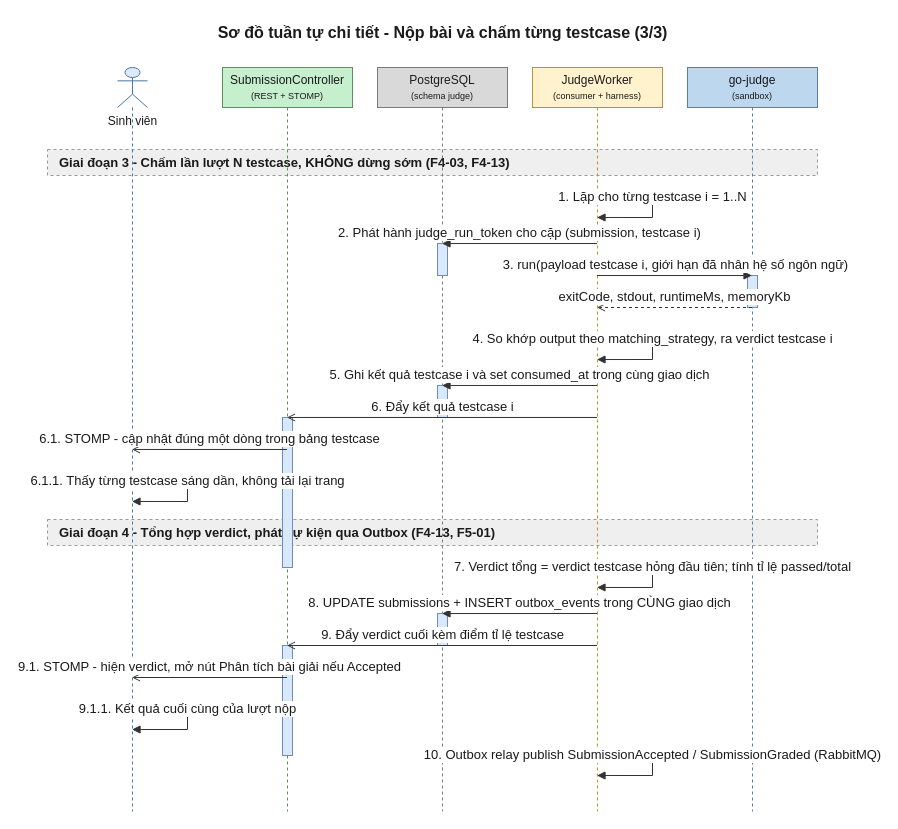
This is 08-diagram/sequence/user/sequence_user_nop_bai_va_xem_ket_qua_realtime_p3.drawio from daiphu1801/PRJ_ALGOPREP, a draw.io file, before an edit. Source tidied: cells renumbered, new cells numbered last; positions are measured from the earlier drawing's top-left corner, leaving out a move shared by most shapes. Both pictures are drawn from the tidied source at 100%, with x=0, y=0 at pixel (47, 17).
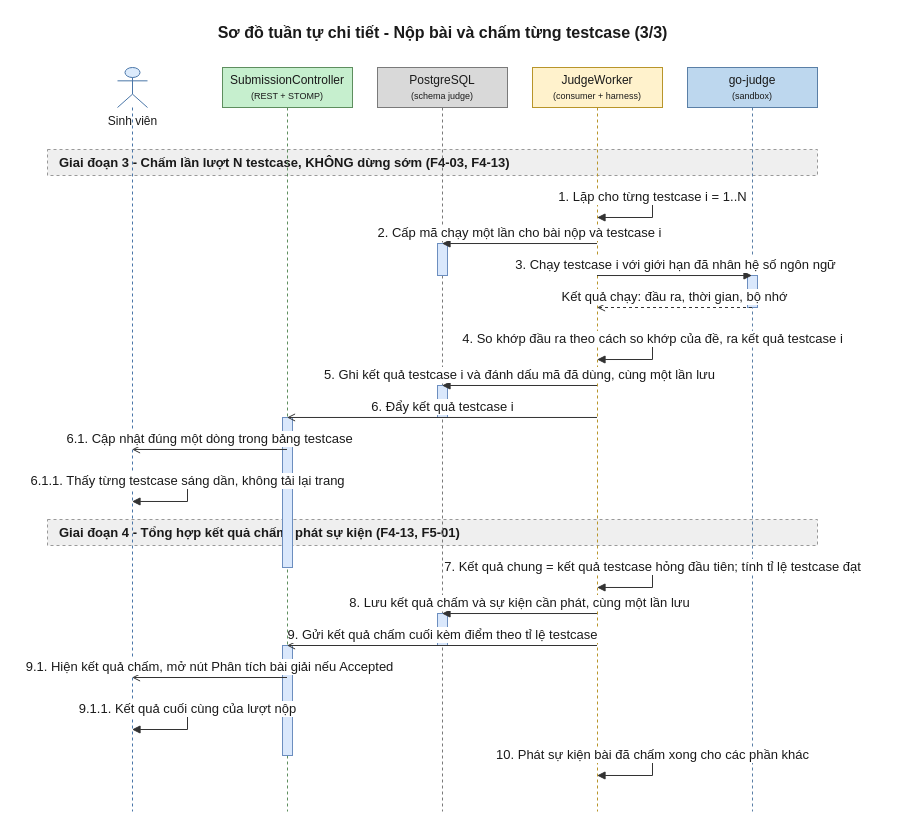
The same diagram, later.

The change refers to these unchanged cells:
```xml
<mxCell id="5" value="Sinh viên" style="shape=umlLifeline;participant=umlActor;perimeter=lifelinePerimeter;html=1;outlineConnect=0;size=40;verticalAlign=top;spacingTop=40;fillColor=#DCEBFC;strokeColor=#4A76A8;fontColor=#1A1A1A;" parent="1" vertex="1">
  <mxGeometry x="70" y="50" width="30" height="744" as="geometry" />
</mxCell>
<mxCell id="6" value="SubmissionController&lt;br&gt;&lt;font style=&quot;font-size:9px&quot;&gt;(REST + STOMP)&lt;/font&gt;" style="shape=umlLifeline;perimeter=lifelinePerimeter;whiteSpace=wrap;html=1;outlineConnect=0;size=40;fillColor=#C6EFCE;strokeColor=#5E8E5E;fontColor=#1A1A1A;" parent="1" vertex="1">
  <mxGeometry x="175" y="50" width="130" height="744" as="geometry" />
</mxCell>
<mxCell id="7" value="PostgreSQL&lt;br&gt;&lt;font style=&quot;font-size:9px&quot;&gt;(schema judge)&lt;/font&gt;" style="shape=umlLifeline;perimeter=lifelinePerimeter;whiteSpace=wrap;html=1;outlineConnect=0;size=40;fillColor=#D9D9D9;strokeColor=#7A7A7A;fontColor=#1A1A1A;" parent="1" vertex="1">
  <mxGeometry x="330" y="50" width="130" height="744" as="geometry" />
</mxCell>
<mxCell id="8" value="JudgeWorker&lt;br&gt;&lt;font style=&quot;font-size:9px&quot;&gt;(consumer + harness)&lt;/font&gt;" style="shape=umlLifeline;perimeter=lifelinePerimeter;whiteSpace=wrap;html=1;outlineConnect=0;size=40;fillColor=#FFF2CC;strokeColor=#B8952A;fontColor=#1A1A1A;" parent="1" vertex="1">
  <mxGeometry x="485" y="50" width="130" height="744" as="geometry" />
</mxCell>
<mxCell id="9" value="go-judge&lt;br&gt;&lt;font style=&quot;font-size:9px&quot;&gt;(sandbox)&lt;/font&gt;" style="shape=umlLifeline;perimeter=lifelinePerimeter;whiteSpace=wrap;html=1;outlineConnect=0;size=40;fillColor=#BDD7EE;strokeColor=#5A7FA6;fontColor=#1A1A1A;" parent="1" vertex="1">
  <mxGeometry x="640" y="50" width="130" height="744" as="geometry" />
</mxCell>
```

The edit, as a diff of the source:
```diff
@@
-    <mxCell id="4" value="Giai đoạn 4 - Tổng hợp verdict, phát sự kiện qua Outbox (F4-13, F5-01)" style="algoprep=phase;rounded=0;whiteSpace=wrap;html=1;fillColor=#EFEFEF;strokeColor=#999999;dashed=1;align=left;verticalAlign=middle;spacingLeft=10;fontColor=#1A1A1A;fontSize=13;fontStyle=1;" parent="1" vertex="1">
+    <mxCell id="4" value="Giai đoạn 4 - Tổng hợp kết quả chấm, phát sự kiện (F4-13, F5-01)" style="algoprep=phase;rounded=0;whiteSpace=wrap;html=1;fillColor=#EFEFEF;strokeColor=#999999;dashed=1;align=left;verticalAlign=middle;spacingLeft=10;fontColor=#1A1A1A;fontSize=13;fontStyle=1;" parent="1" vertex="1">
       <mxGeometry y="502" width="770" height="26" as="geometry" />
     </mxCell>
@@
-    <mxCell id="17" value="2. Phát hành judge_run_token cho cặp (submission, testcase i)" style="edgeStyle=none;html=1;endArrow=block;endFill=1;strokeColor=#333333;fontColor=#1A1A1A;fontSize=13;verticalAlign=bottom;exitX=0.5;exitY=0.2366;exitDx=0;exitDy=0;entryX=0.5;entryY=0.2366;entryDx=0;entryDy=0;" parent="1" edge="1" source="8" target="7">
+    <mxCell id="17" value="2. Cấp mã chạy một lần cho bài nộp và testcase i" style="edgeStyle=none;html=1;endArrow=block;endFill=1;strokeColor=#333333;fontColor=#1A1A1A;fontSize=13;verticalAlign=bottom;exitX=0.5;exitY=0.2366;exitDx=0;exitDy=0;entryX=0.5;entryY=0.2366;entryDx=0;entryDy=0;" parent="1" edge="1" source="8" target="7">
       <mxGeometry relative="1" as="geometry" />
     </mxCell>
-    <mxCell id="18" value="3. run(payload testcase i, giới hạn đã nhân hệ số ngôn ngữ)" style="edgeStyle=none;html=1;endArrow=block;endFill=1;strokeColor=#333333;fontColor=#1A1A1A;fontSize=13;verticalAlign=bottom;exitX=0.5;exitY=0.2796;exitDx=0;exitDy=0;entryX=0.5;entryY=0.2796;entryDx=0;entryDy=0;" parent="1" edge="1" source="8" target="9">
+    <mxCell id="18" value="3. Chạy testcase i với giới hạn đã nhân hệ số ngôn ngữ" style="edgeStyle=none;html=1;endArrow=block;endFill=1;strokeColor=#333333;fontColor=#1A1A1A;fontSize=13;verticalAlign=bottom;exitX=0.5;exitY=0.2796;exitDx=0;exitDy=0;entryX=0.5;entryY=0.2796;entryDx=0;entryDy=0;" parent="1" edge="1" source="8" target="9">
       <mxGeometry relative="1" as="geometry" />
     </mxCell>
-    <mxCell id="19" value="exitCode, stdout, runtimeMs, memoryKb" style="edgeStyle=none;html=1;endArrow=open;endFill=0;dashed=1;strokeColor=#333333;fontColor=#1A1A1A;fontSize=13;verticalAlign=bottom;exitX=0.5;exitY=0.3226;exitDx=0;exitDy=0;entryX=0.5;entryY=0.3226;entryDx=0;entryDy=0;" parent="1" edge="1" source="9" target="8">
+    <mxCell id="19" value="Kết quả chạy: đầu ra, thời gian, bộ nhớ" style="edgeStyle=none;html=1;endArrow=open;endFill=0;dashed=1;strokeColor=#333333;fontColor=#1A1A1A;fontSize=13;verticalAlign=bottom;exitX=0.5;exitY=0.3226;exitDx=0;exitDy=0;entryX=0.5;entryY=0.3226;entryDx=0;entryDy=0;" parent="1" edge="1" source="9" target="8">
       <mxGeometry relative="1" as="geometry" />
     </mxCell>
-    <mxCell id="20" value="4. So khớp output theo matching_strategy, ra verdict testcase i" style="edgeStyle=orthogonalEdgeStyle;rounded=0;html=1;endArrow=block;endFill=1;strokeColor=#333333;fontColor=#1A1A1A;fontSize=13;verticalAlign=bottom;exitX=0.5;exitY=0.3656;exitDx=0;exitDy=0;entryX=0.5;entryY=0.3925;entryDx=0;entryDy=0;" parent="1" edge="1" source="8" target="8">
+    <mxCell id="20" value="4. So khớp đầu ra theo cách so khớp của đề, ra kết quả testcase i" style="edgeStyle=orthogonalEdgeStyle;rounded=0;html=1;endArrow=block;endFill=1;strokeColor=#333333;fontColor=#1A1A1A;fontSize=13;verticalAlign=bottom;exitX=0.5;exitY=0.3656;exitDx=0;exitDy=0;entryX=0.5;entryY=0.3925;entryDx=0;entryDy=0;" parent="1" edge="1" source="8" target="8">
       <mxGeometry relative="1" as="geometry">
         <Array as="points">
           <mxPoint x="605" y="322" />
           <mxPoint x="605" y="342" />
         </Array>
       </mxGeometry>
     </mxCell>
-    <mxCell id="21" value="5. Ghi kết quả testcase i và set consumed_at trong cùng giao dịch" style="edgeStyle=none;html=1;endArrow=block;endFill=1;strokeColor=#333333;fontColor=#1A1A1A;fontSize=13;verticalAlign=bottom;exitX=0.5;exitY=0.4274;exitDx=0;exitDy=0;entryX=0.5;entryY=0.4274;entryDx=0;entryDy=0;" parent="1" edge="1" source="8" target="7">
+    <mxCell id="21" value="5. Ghi kết quả testcase i và đánh dấu mã đã dùng, cùng một lần lưu" style="edgeStyle=none;html=1;endArrow=block;endFill=1;strokeColor=#333333;fontColor=#1A1A1A;fontSize=13;verticalAlign=bottom;exitX=0.5;exitY=0.4274;exitDx=0;exitDy=0;entryX=0.5;entryY=0.4274;entryDx=0;entryDy=0;" parent="1" edge="1" source="8" target="7">
       <mxGeometry relative="1" as="geometry" />
     </mxCell>
@@
-    <mxCell id="23" value="6.1. STOMP - cập nhật đúng một dòng trong bảng testcase" style="edgeStyle=none;html=1;endArrow=open;endFill=0;strokeColor=#333333;fontColor=#1A1A1A;fontSize=13;verticalAlign=bottom;exitX=0.5;exitY=0.5134;exitDx=0;exitDy=0;entryX=0.5;entryY=0.5134;entryDx=0;entryDy=0;" parent="1" edge="1" source="6" target="5">
+    <mxCell id="23" value="6.1. Cập nhật đúng một dòng trong bảng testcase" style="edgeStyle=none;html=1;endArrow=open;endFill=0;strokeColor=#333333;fontColor=#1A1A1A;fontSize=13;verticalAlign=bottom;exitX=0.5;exitY=0.5134;exitDx=0;exitDy=0;entryX=0.5;entryY=0.5134;entryDx=0;entryDy=0;" parent="1" edge="1" source="6" target="5">
       <mxGeometry relative="1" as="geometry" />
     </mxCell>
@@
-    <mxCell id="25" value="7. Verdict tổng = verdict testcase hỏng đầu tiên; tính tỉ lệ passed/total" style="edgeStyle=orthogonalEdgeStyle;rounded=0;html=1;endArrow=block;endFill=1;strokeColor=#333333;fontColor=#1A1A1A;fontSize=13;verticalAlign=bottom;exitX=0.5;exitY=0.6720;exitDx=0;exitDy=0;entryX=0.5;entryY=0.6989;entryDx=0;entryDy=0;" parent="1" edge="1" source="8" target="8">
+    <mxCell id="25" value="7. Kết quả chung = kết quả testcase hỏng đầu tiên; tính tỉ lệ testcase đạt" style="edgeStyle=orthogonalEdgeStyle;rounded=0;html=1;endArrow=block;endFill=1;strokeColor=#333333;fontColor=#1A1A1A;fontSize=13;verticalAlign=bottom;exitX=0.5;exitY=0.6720;exitDx=0;exitDy=0;entryX=0.5;entryY=0.6989;entryDx=0;entryDy=0;" parent="1" edge="1" source="8" target="8">
       <mxGeometry relative="1" as="geometry">
         <Array as="points">
           <mxPoint x="605" y="550" />
           <mxPoint x="605" y="570" />
         </Array>
       </mxGeometry>
     </mxCell>
-    <mxCell id="26" value="8. UPDATE submissions + INSERT outbox_events trong CÙNG giao dịch" style="edgeStyle=none;html=1;endArrow=block;endFill=1;strokeColor=#333333;fontColor=#1A1A1A;fontSize=13;verticalAlign=bottom;exitX=0.5;exitY=0.7339;exitDx=0;exitDy=0;entryX=0.5;entryY=0.7339;entryDx=0;entryDy=0;" parent="1" edge="1" source="8" target="7">
+    <mxCell id="26" value="8. Lưu kết quả chấm và sự kiện cần phát, cùng một lần lưu" style="edgeStyle=none;html=1;endArrow=block;endFill=1;strokeColor=#333333;fontColor=#1A1A1A;fontSize=13;verticalAlign=bottom;exitX=0.5;exitY=0.7339;exitDx=0;exitDy=0;entryX=0.5;entryY=0.7339;entryDx=0;entryDy=0;" parent="1" edge="1" source="8" target="7">
       <mxGeometry relative="1" as="geometry" />
     </mxCell>
-    <mxCell id="27" value="9. Đẩy verdict cuối kèm điểm tỉ lệ testcase" style="edgeStyle=none;html=1;endArrow=open;endFill=0;strokeColor=#333333;fontColor=#1A1A1A;fontSize=13;verticalAlign=bottom;exitX=0.5;exitY=0.7769;exitDx=0;exitDy=0;entryX=0.5;entryY=0.7769;entryDx=0;entryDy=0;" parent="1" edge="1" source="8" target="6">
+    <mxCell id="27" value="9. Gửi kết quả chấm cuối kèm điểm theo tỉ lệ testcase" style="edgeStyle=none;html=1;endArrow=open;endFill=0;strokeColor=#333333;fontColor=#1A1A1A;fontSize=13;verticalAlign=bottom;exitX=0.5;exitY=0.7769;exitDx=0;exitDy=0;entryX=0.5;entryY=0.7769;entryDx=0;entryDy=0;" parent="1" edge="1" source="8" target="6">
       <mxGeometry relative="1" as="geometry" />
     </mxCell>
-    <mxCell id="28" value="9.1. STOMP - hiện verdict, mở nút Phân tích bài giải nếu Accepted" style="edgeStyle=none;html=1;endArrow=open;endFill=0;strokeColor=#333333;fontColor=#1A1A1A;fontSize=13;verticalAlign=bottom;exitX=0.5;exitY=0.8199;exitDx=0;exitDy=0;entryX=0.5;entryY=0.8199;entryDx=0;entryDy=0;" parent="1" edge="1" source="6" target="5">
+    <mxCell id="28" value="9.1. Hiện kết quả chấm, mở nút Phân tích bài giải nếu Accepted" style="edgeStyle=none;html=1;endArrow=open;endFill=0;strokeColor=#333333;fontColor=#1A1A1A;fontSize=13;verticalAlign=bottom;exitX=0.5;exitY=0.8199;exitDx=0;exitDy=0;entryX=0.5;entryY=0.8199;entryDx=0;entryDy=0;" parent="1" edge="1" source="6" target="5">
       <mxGeometry relative="1" as="geometry" />
     </mxCell>
@@
-    <mxCell id="30" value="10. Outbox relay publish SubmissionAccepted / SubmissionGraded (RabbitMQ)" style="edgeStyle=orthogonalEdgeStyle;rounded=0;html=1;endArrow=block;endFill=1;strokeColor=#333333;fontColor=#1A1A1A;fontSize=13;verticalAlign=bottom;exitX=0.5;exitY=0.9247;exitDx=0;exitDy=0;entryX=0.5;entryY=0.9516;entryDx=0;entryDy=0;" parent="1" edge="1" source="8" target="8">
+    <mxCell id="30" value="10. Phát sự kiện bài đã chấm xong cho các phần khác" style="edgeStyle=orthogonalEdgeStyle;rounded=0;html=1;endArrow=block;endFill=1;strokeColor=#333333;fontColor=#1A1A1A;fontSize=13;verticalAlign=bottom;exitX=0.5;exitY=0.9247;exitDx=0;exitDy=0;entryX=0.5;entryY=0.9516;entryDx=0;entryDy=0;" parent="1" edge="1" source="8" target="8">
       <mxGeometry relative="1" as="geometry">
         <Array as="points">
           <mxPoint x="605" y="738" />
           <mxPoint x="605" y="758" />
         </Array>
       </mxGeometry>
     </mxCell>
```
